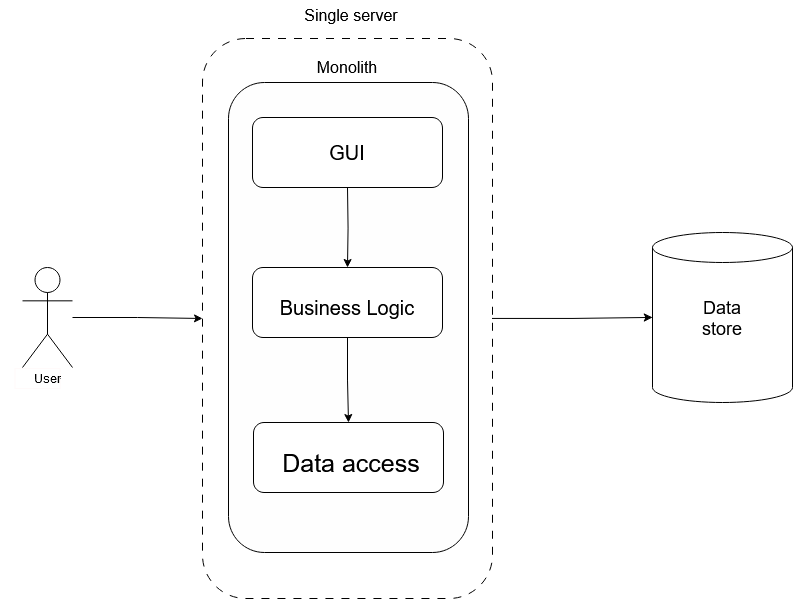
Earlier version of the draw.io export Архитектура.png (StretenskiyDanila/DocuLedger). Source tidied: cells renumbered, new cells last; positions are measured from the earlier drawing's top-left corner, leaving out a move shared by most shapes.
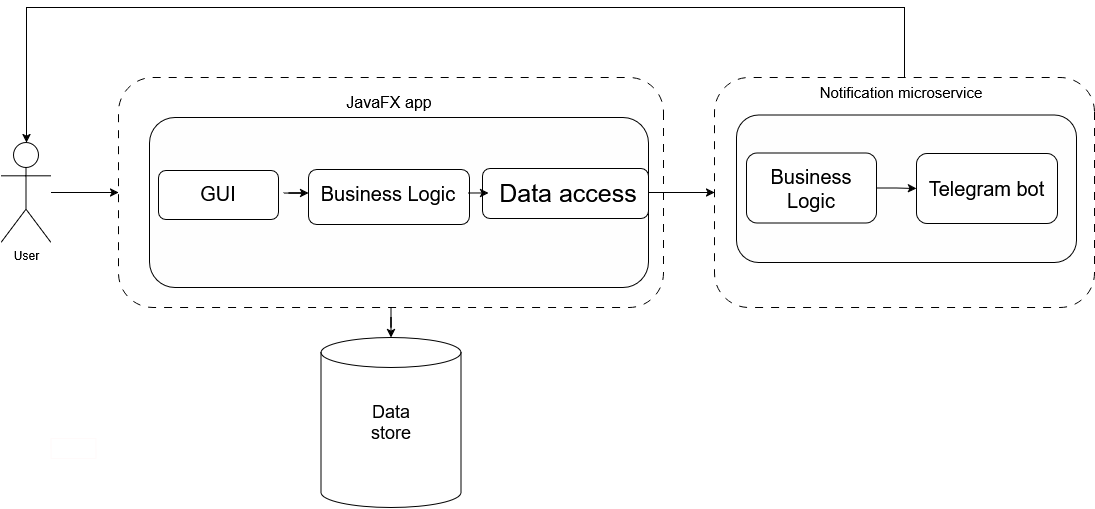
After the commit.

Diff of the diagram source:
```diff
@@ -5,61 +5,82 @@
     <mxCell id="2" style="edgeStyle=orthogonalEdgeStyle;rounded=0;jettySize=auto;html=1;" parent="1" edge="1" source="3" target="9">
       <mxGeometry relative="1" as="geometry" />
     </mxCell>
-    <mxCell id="3" style="rounded=1;whiteSpace=wrap;html=1;dashed=1;dashPattern=8 8;fillColor=none;" parent="1" vertex="1">
-      <mxGeometry x="202" y="38" width="290" height="560" as="geometry" />
+    <mxCell id="3" style="rounded=1;whiteSpace=wrap;html=1;dashed=1;dashPattern=8 8;fillColor=none;direction=south;" parent="1" vertex="1">
+      <mxGeometry x="82" y="7" width="545" height="230" as="geometry" />
     </mxCell>
-    <mxCell id="4" value="&#10;&lt;font style=&quot;font-size: 20px;&quot;&gt;Business Logic&lt;/font&gt;&#10;&#10;" style="whiteSpace=wrap;html=1;rounded=1;shadow=0;strokeWidth=1;fontSize=20;align=center;fillColor=#FEFEFE;strokeColor=#000000;" parent="1" vertex="1">
-      <mxGeometry x="228" y="82" width="240" height="470" as="geometry" />
+    <mxCell id="4" value="&#10;&lt;font style=&quot;font-size: 20px;&quot;&gt;Business Logic&lt;/font&gt;&#10;&#10;" style="whiteSpace=wrap;html=1;rounded=1;shadow=0;strokeWidth=1;fontSize=20;align=center;fillColor=#FEFEFE;strokeColor=#000000;direction=south;" parent="1" vertex="1">
+      <mxGeometry x="113" y="47" width="499" height="170" as="geometry" />
     </mxCell>
-    <mxCell id="5" style="edgeStyle=orthogonalEdgeStyle;rounded=0;jettySize=auto;html=1;entryX=0;entryY=0.5;entryDx=0;entryDy=0;" parent="1" edge="1" source="6" target="3">
+    <mxCell id="5" style="edgeStyle=orthogonalEdgeStyle;rounded=0;jettySize=auto;html=1;" parent="1" edge="1" source="6" target="3">
       <mxGeometry relative="1" as="geometry" />
     </mxCell>
-    <mxCell id="6" value="Actor" style="shape=umlActor;verticalLabelPosition=bottom;verticalAlign=top;html=1;outlineConnect=0;" parent="1" vertex="1">
-      <mxGeometry x="22" y="267" width="50" height="100" as="geometry" />
+    <mxCell id="6" value="&lt;div&gt;User&lt;/div&gt;" style="shape=umlActor;verticalLabelPosition=bottom;verticalAlign=top;html=1;outlineConnect=0;" parent="1" vertex="1">
+      <mxGeometry x="-35.5" y="72" width="50" height="100" as="geometry" />
     </mxCell>
     <mxCell id="7" style="rounded=0;whiteSpace=wrap;html=1;strokeColor=#FFFAFA;" parent="1" vertex="1">
       <mxGeometry x="14.5" y="368" width="45" height="20" as="geometry" />
     </mxCell>
-    <mxCell id="8" value="&lt;div&gt;User&lt;/div&gt;" style="text;html=1;align=center;verticalAlign=middle;whiteSpace=wrap;rounded=0;" parent="1" vertex="1">
-      <mxGeometry x="-0.5" y="348.5" width="95" height="59" as="geometry" />
-    </mxCell>
     <mxCell id="9" style="shape=cylinder3;whiteSpace=wrap;html=1;boundedLbl=1;backgroundOutline=1;size=15;" parent="1" vertex="1">
-      <mxGeometry x="652" y="232" width="140" height="170" as="geometry" />
+      <mxGeometry x="284.5" y="267" width="140" height="170" as="geometry" />
     </mxCell>
     <mxCell id="10" value="&lt;font style=&quot;font-size: 18px;&quot;&gt;Data store&lt;/font&gt;" style="text;html=1;align=center;verticalAlign=middle;whiteSpace=wrap;rounded=0;" parent="1" vertex="1">
-      <mxGeometry x="687" y="300.5" width="70" height="35" as="geometry" />
+      <mxGeometry x="319.5" y="334.5" width="70" height="35" as="geometry" />
     </mxCell>
-    <mxCell id="11" value="&lt;font style=&quot;font-size: 16px;&quot;&gt;Single server&lt;/font&gt;" style="text;html=1;align=center;verticalAlign=middle;whiteSpace=wrap;rounded=0;" parent="1" vertex="1">
-      <mxGeometry x="256" width="190" height="30" as="geometry" />
-    </mxCell>
-    <mxCell id="12" value="&lt;font style=&quot;font-size: 16px;&quot;&gt;Monolith&lt;/font&gt;" style="text;html=1;align=center;verticalAlign=middle;whiteSpace=wrap;rounded=0;" parent="1" vertex="1">
-      <mxGeometry x="252" y="52" width="190" height="30" as="geometry" />
+    <mxCell id="12" value="&lt;font style=&quot;font-size: 16px;&quot;&gt;JavaFX app&lt;/font&gt;" style="text;html=1;align=center;verticalAlign=middle;whiteSpace=wrap;rounded=0;" parent="1" vertex="1">
+      <mxGeometry x="257.5" y="17" width="190" height="30" as="geometry" />
     </mxCell>
     <mxCell id="13" style="rounded=1;whiteSpace=wrap;html=1;" parent="1" vertex="1">
-      <mxGeometry x="252" y="117" width="190" height="70" as="geometry" />
+      <mxGeometry x="122" y="100" width="120" height="49" as="geometry" />
     </mxCell>
-    <mxCell id="14" style="edgeStyle=orthogonalEdgeStyle;rounded=0;jettySize=auto;html=1;entryX=0.5;entryY=0;entryDx=0;entryDy=0;" parent="1" edge="1" source="15" target="16">
-      <mxGeometry relative="1" as="geometry" />
-    </mxCell>
     <mxCell id="15" style="rounded=1;whiteSpace=wrap;html=1;" parent="1" vertex="1">
-      <mxGeometry x="252" y="267" width="190" height="70" as="geometry" />
+      <mxGeometry x="272" y="99" width="161" height="55" as="geometry" />
     </mxCell>
     <mxCell id="16" style="rounded=1;whiteSpace=wrap;html=1;" parent="1" vertex="1">
-      <mxGeometry x="253" y="422" width="190" height="70" as="geometry" />
+      <mxGeometry x="446" y="98" width="166" height="50" as="geometry" />
     </mxCell>
-    <mxCell id="17" style="edgeStyle=orthogonalEdgeStyle;rounded=0;jettySize=auto;html=1;" parent="1" edge="1" target="15">
-      <mxGeometry relative="1" as="geometry">
-        <mxPoint x="347" y="187" as="sourcePoint" />
-      </mxGeometry>
-    </mxCell>
+    <mxCell id="21" style="edgeStyle=orthogonalEdgeStyle;rounded=0;jettySize=auto;html=1;exitX=1;exitY=0.5;exitDx=0;exitDy=0;" parent="1" edge="1" source="18" target="19">
+      <mxGeometry relative="1" as="geometry" />
+    </mxCell>
     <mxCell id="18" value="&lt;font style=&quot;font-size: 20px;&quot;&gt;GUI&lt;/font&gt;" style="text;html=1;align=center;verticalAlign=middle;whiteSpace=wrap;rounded=0;" parent="1" vertex="1">
-      <mxGeometry x="252" y="122" width="190" height="60" as="geometry" />
+      <mxGeometry x="117" y="97.5" width="130" height="50" as="geometry" />
     </mxCell>
+    <mxCell id="22" style="edgeStyle=orthogonalEdgeStyle;rounded=0;jettySize=auto;html=1;exitX=1;exitY=0.5;exitDx=0;exitDy=0;entryX=0;entryY=0.5;entryDx=0;entryDy=0;" parent="1" edge="1" source="19" target="20">
+      <mxGeometry relative="1" as="geometry" />
+    </mxCell>
     <mxCell id="19" value="&lt;font style=&quot;font-size: 20px;&quot;&gt;Business Logic&lt;/font&gt;" style="text;html=1;align=center;verticalAlign=middle;whiteSpace=wrap;rounded=0;" parent="1" vertex="1">
-      <mxGeometry x="252" y="277" width="190" height="60" as="geometry" />
+      <mxGeometry x="272" y="92.5" width="160" height="60" as="geometry" />
     </mxCell>
+    <mxCell id="23" style="edgeStyle=orthogonalEdgeStyle;rounded=0;jettySize=auto;html=1;" parent="1" edge="1" source="20" target="25">
+      <mxGeometry relative="1" as="geometry" />
+    </mxCell>
     <mxCell id="20" value="&lt;font style=&quot;font-size: 25px;&quot;&gt;Data access&lt;/font&gt;" style="text;html=1;align=center;verticalAlign=middle;whiteSpace=wrap;rounded=0;" parent="1" vertex="1">
-      <mxGeometry x="256" y="432" width="190" height="60" as="geometry" />
+      <mxGeometry x="452" y="97" width="160" height="50" as="geometry" />
     </mxCell>
+    <mxCell id="24" style="edgeStyle=orthogonalEdgeStyle;rounded=0;jettySize=auto;html=1;" parent="1" edge="1" source="25" target="6">
+      <mxGeometry relative="1" as="geometry">
+        <Array as="points">
+          <mxPoint x="868" y="-63" />
+          <mxPoint x="-10" y="-63" />
+        </Array>
+      </mxGeometry>
+    </mxCell>
+    <mxCell id="25" style="rounded=1;whiteSpace=wrap;html=1;dashed=1;dashPattern=8 8;fillColor=none;direction=south;" parent="1" vertex="1">
+      <mxGeometry x="678" y="7" width="380" height="230" as="geometry" />
+    </mxCell>
+    <mxCell id="26" value="&lt;div&gt;&lt;br/&gt;&lt;/div&gt;" style="whiteSpace=wrap;html=1;rounded=1;shadow=0;strokeWidth=1;fontSize=20;align=center;fillColor=#FEFEFE;strokeColor=#000000;direction=south;" parent="1" vertex="1">
+      <mxGeometry x="700" y="44.5" width="340" height="147.5" as="geometry" />
+    </mxCell>
+    <mxCell id="27" value="Notification microservice" style="text;html=1;align=center;verticalAlign=middle;whiteSpace=wrap;rounded=0;fontSize=15;" parent="1" vertex="1">
+      <mxGeometry x="770" y="7" width="190" height="30" as="geometry" />
+    </mxCell>
+    <mxCell id="28" value="Telegram bot" style="rounded=1;whiteSpace=wrap;html=1;fontSize=20;" parent="1" vertex="1">
+      <mxGeometry x="880" y="83" width="141" height="70" as="geometry" />
+    </mxCell>
+    <mxCell id="29" style="edgeStyle=orthogonalEdgeStyle;rounded=0;jettySize=auto;html=1;" parent="1" edge="1" source="30" target="28">
+      <mxGeometry relative="1" as="geometry" />
+    </mxCell>
+    <mxCell id="30" value="&lt;font style=&quot;font-size: 20px;&quot;&gt;Business Logic&lt;/font&gt;" style="rounded=1;whiteSpace=wrap;html=1;" parent="1" vertex="1">
+      <mxGeometry x="710" y="82.5" width="130" height="70" as="geometry" />
+    </mxCell>
   </root>
 </mxGraphModel>
```
